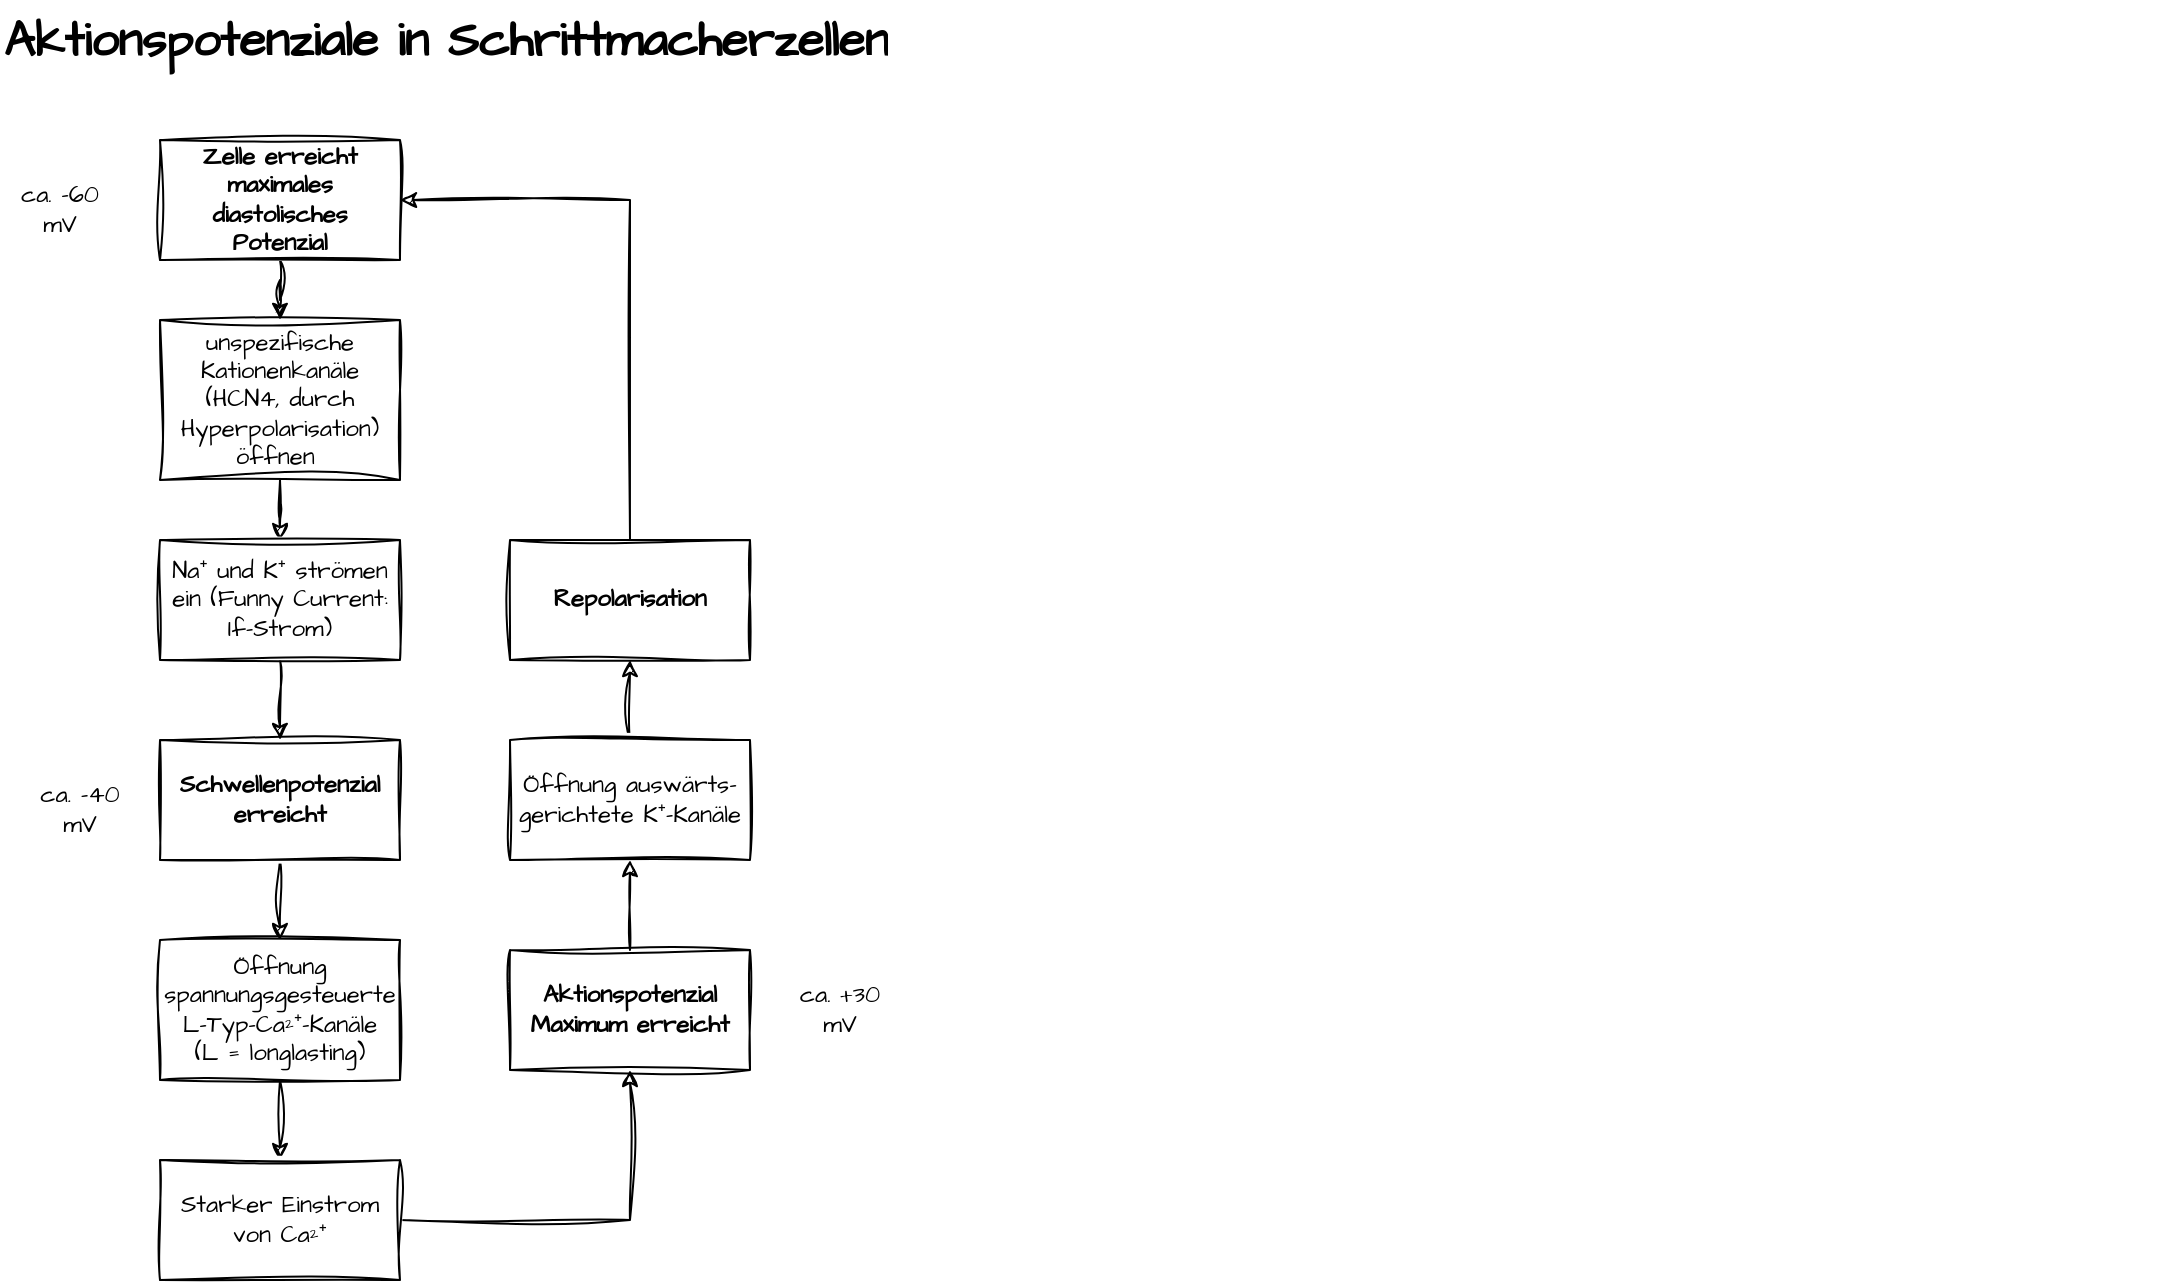
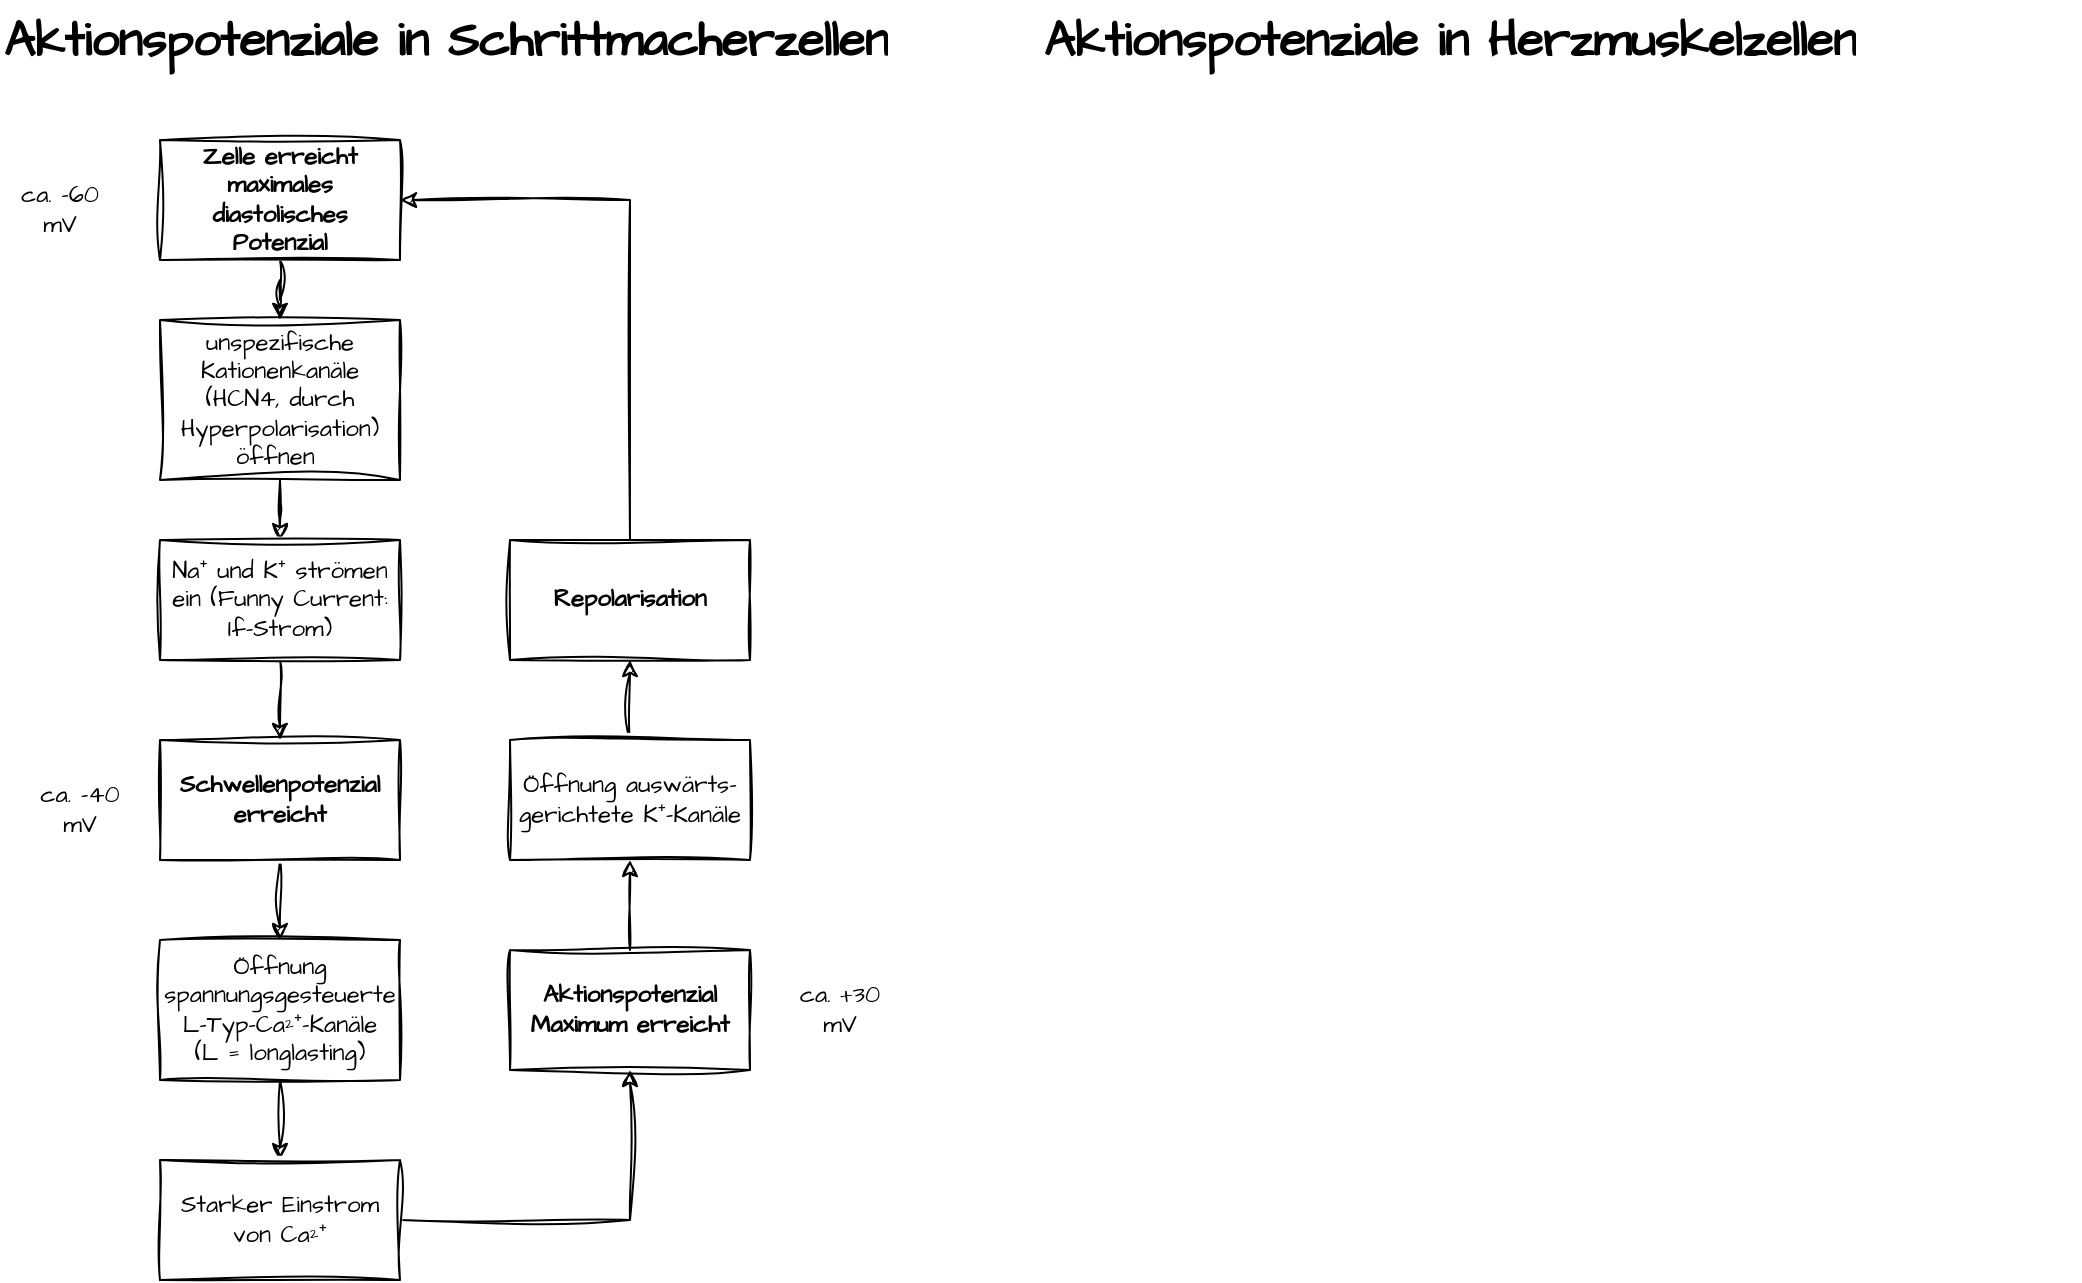
<mxfile host="app.diagrams.net">
  <diagram name="Schrittmacherzellen" id="J2O2VLIk1TTmUUXB8McG">
-     <mxGraphModel dx="972" dy="591" grid="1" gridSize="10" guides="1" tooltips="1" connect="1" arrows="1" fold="1" page="1" pageScale="1" pageWidth="1169" pageHeight="827" math="0" shadow="0">
+     <mxGraphModel dx="1372" dy="834" grid="1" gridSize="10" guides="1" tooltips="1" connect="1" arrows="1" fold="1" page="1" pageScale="1" pageWidth="1169" pageHeight="827" math="0" shadow="0">
      <root>
        <mxCell id="0" />
        <mxCell id="1" parent="0" />
        <mxCell id="u8z77GUm19_cF35wcTu8-1" parent="1" style="text;html=1;whiteSpace=wrap;overflow=hidden;rounded=0;fontFamily=Architects Daughter;fontSource=https%3A%2F%2Ffonts.googleapis.com%2Fcss%3Ffamily%3DArchitects%2BDaughter;" value="&lt;h1 style=&quot;margin-top: 0px;&quot;&gt;Aktionspotenziale in Schrittmacherzellen&lt;/h1&gt;" vertex="1">
-           <mxGeometry height="50" width="1080" x="40" y="40" as="geometry" />
+           <mxGeometry height="50" width="520" x="40" y="40" as="geometry" />
        </mxCell>
        <mxCell id="u8z77GUm19_cF35wcTu8-22" edge="1" parent="1" source="u8z77GUm19_cF35wcTu8-19" style="edgeStyle=orthogonalEdgeStyle;rounded=0;sketch=1;hachureGap=4;jiggle=2;curveFitting=1;orthogonalLoop=1;jettySize=auto;html=1;fontFamily=Architects Daughter;fontSource=https%3A%2F%2Ffonts.googleapis.com%2Fcss%3Ffamily%3DArchitects%2BDaughter;" target="u8z77GUm19_cF35wcTu8-20">
          <mxGeometry relative="1" as="geometry" />
        </mxCell>
        <mxCell id="u8z77GUm19_cF35wcTu8-19" parent="1" style="whiteSpace=wrap;html=1;sketch=1;hachureGap=4;jiggle=2;curveFitting=1;fontFamily=Architects Daughter;fontSource=https%3A%2F%2Ffonts.googleapis.com%2Fcss%3Ffamily%3DArchitects%2BDaughter;fontStyle=1" value="Zelle erreicht maximales diastolisches Potenzial" vertex="1">
          <mxGeometry height="60" width="120" x="120" y="110" as="geometry" />
        </mxCell>
        <mxCell id="u8z77GUm19_cF35wcTu8-23" edge="1" parent="1" source="u8z77GUm19_cF35wcTu8-20" style="edgeStyle=orthogonalEdgeStyle;rounded=0;sketch=1;hachureGap=4;jiggle=2;curveFitting=1;orthogonalLoop=1;jettySize=auto;html=1;fontFamily=Architects Daughter;fontSource=https%3A%2F%2Ffonts.googleapis.com%2Fcss%3Ffamily%3DArchitects%2BDaughter;" target="u8z77GUm19_cF35wcTu8-21">
          <mxGeometry relative="1" as="geometry" />
        </mxCell>
        <mxCell id="u8z77GUm19_cF35wcTu8-20" parent="1" style="whiteSpace=wrap;html=1;sketch=1;hachureGap=4;jiggle=2;curveFitting=1;fontFamily=Architects Daughter;fontSource=https%3A%2F%2Ffonts.googleapis.com%2Fcss%3Ffamily%3DArchitects%2BDaughter;" value="unspezifische Kationenkanäle (HCN4, durch Hyperpolarisation) öffnen&amp;nbsp;" vertex="1">
          <mxGeometry height="80" width="120" x="120" y="200" as="geometry" />
        </mxCell>
        <mxCell id="u8z77GUm19_cF35wcTu8-25" edge="1" parent="1" source="u8z77GUm19_cF35wcTu8-21" style="edgeStyle=orthogonalEdgeStyle;rounded=0;sketch=1;hachureGap=4;jiggle=2;curveFitting=1;orthogonalLoop=1;jettySize=auto;html=1;fontFamily=Architects Daughter;fontSource=https%3A%2F%2Ffonts.googleapis.com%2Fcss%3Ffamily%3DArchitects%2BDaughter;" target="u8z77GUm19_cF35wcTu8-24">
          <mxGeometry relative="1" as="geometry" />
        </mxCell>
        <mxCell id="u8z77GUm19_cF35wcTu8-21" parent="1" style="whiteSpace=wrap;html=1;sketch=1;hachureGap=4;jiggle=2;curveFitting=1;fontFamily=Architects Daughter;fontSource=https%3A%2F%2Ffonts.googleapis.com%2Fcss%3Ffamily%3DArchitects%2BDaughter;" value="Na⁺ und K⁺ strömen ein (Funny Current: If-Strom)" vertex="1">
          <mxGeometry height="60" width="120" x="120" y="310" as="geometry" />
        </mxCell>
        <mxCell id="u8z77GUm19_cF35wcTu8-27" edge="1" parent="1" source="u8z77GUm19_cF35wcTu8-24" style="edgeStyle=orthogonalEdgeStyle;rounded=0;sketch=1;hachureGap=4;jiggle=2;curveFitting=1;orthogonalLoop=1;jettySize=auto;html=1;entryX=0.5;entryY=0;entryDx=0;entryDy=0;fontFamily=Architects Daughter;fontSource=https%3A%2F%2Ffonts.googleapis.com%2Fcss%3Ffamily%3DArchitects%2BDaughter;" target="u8z77GUm19_cF35wcTu8-26">
          <mxGeometry relative="1" as="geometry" />
        </mxCell>
        <mxCell id="u8z77GUm19_cF35wcTu8-24" parent="1" style="whiteSpace=wrap;html=1;sketch=1;hachureGap=4;jiggle=2;curveFitting=1;fontFamily=Architects Daughter;fontSource=https://fonts.googleapis.com/css?family=Architects+Daughter;fontStyle=1" value="Schwellenpotenzial erreicht" vertex="1">
          <mxGeometry height="60" width="120" x="120" y="410" as="geometry" />
        </mxCell>
        <mxCell id="u8z77GUm19_cF35wcTu8-29" edge="1" parent="1" source="u8z77GUm19_cF35wcTu8-26" style="edgeStyle=orthogonalEdgeStyle;rounded=0;sketch=1;hachureGap=4;jiggle=2;curveFitting=1;orthogonalLoop=1;jettySize=auto;html=1;fontFamily=Architects Daughter;fontSource=https%3A%2F%2Ffonts.googleapis.com%2Fcss%3Ffamily%3DArchitects%2BDaughter;" target="u8z77GUm19_cF35wcTu8-28">
          <mxGeometry relative="1" as="geometry" />
        </mxCell>
        <mxCell id="u8z77GUm19_cF35wcTu8-26" parent="1" style="whiteSpace=wrap;html=1;sketch=1;hachureGap=4;jiggle=2;curveFitting=1;fontFamily=Architects Daughter;fontSource=https%3A%2F%2Ffonts.googleapis.com%2Fcss%3Ffamily%3DArchitects%2BDaughter;" value="Öffnung spannungsgesteuerte L-Typ-Ca²⁺-Kanäle&lt;br&gt;(L = longlasting)" vertex="1">
          <mxGeometry height="70" width="120" x="120" y="510" as="geometry" />
        </mxCell>
        <mxCell id="u8z77GUm19_cF35wcTu8-31" edge="1" parent="1" source="u8z77GUm19_cF35wcTu8-28" style="edgeStyle=orthogonalEdgeStyle;rounded=0;sketch=1;hachureGap=4;jiggle=2;curveFitting=1;orthogonalLoop=1;jettySize=auto;html=1;entryX=0.5;entryY=1;entryDx=0;entryDy=0;fontFamily=Architects Daughter;fontSource=https%3A%2F%2Ffonts.googleapis.com%2Fcss%3Ffamily%3DArchitects%2BDaughter;" target="u8z77GUm19_cF35wcTu8-30">
          <mxGeometry relative="1" as="geometry" />
        </mxCell>
        <mxCell id="u8z77GUm19_cF35wcTu8-28" parent="1" style="whiteSpace=wrap;html=1;sketch=1;hachureGap=4;jiggle=2;curveFitting=1;fontFamily=Architects Daughter;fontSource=https%3A%2F%2Ffonts.googleapis.com%2Fcss%3Ffamily%3DArchitects%2BDaughter;" value="Starker Einstrom von Ca²⁺" vertex="1">
          <mxGeometry height="60" width="120" x="120" y="620" as="geometry" />
        </mxCell>
        <mxCell id="u8z77GUm19_cF35wcTu8-33" edge="1" parent="1" source="u8z77GUm19_cF35wcTu8-30" style="edgeStyle=orthogonalEdgeStyle;rounded=0;sketch=1;hachureGap=4;jiggle=2;curveFitting=1;orthogonalLoop=1;jettySize=auto;html=1;fontFamily=Architects Daughter;fontSource=https%3A%2F%2Ffonts.googleapis.com%2Fcss%3Ffamily%3DArchitects%2BDaughter;" target="u8z77GUm19_cF35wcTu8-32">
          <mxGeometry relative="1" as="geometry" />
        </mxCell>
        <mxCell id="u8z77GUm19_cF35wcTu8-30" parent="1" style="whiteSpace=wrap;html=1;sketch=1;hachureGap=4;jiggle=2;curveFitting=1;fontFamily=Architects Daughter;fontSource=https%3A%2F%2Ffonts.googleapis.com%2Fcss%3Ffamily%3DArchitects%2BDaughter;fontStyle=1" value="Aktionspotenzial Maximum erreicht" vertex="1">
          <mxGeometry height="60" width="120" x="295" y="515" as="geometry" />
        </mxCell>
        <mxCell id="u8z77GUm19_cF35wcTu8-35" edge="1" parent="1" source="u8z77GUm19_cF35wcTu8-32" style="edgeStyle=orthogonalEdgeStyle;rounded=0;sketch=1;hachureGap=4;jiggle=2;curveFitting=1;orthogonalLoop=1;jettySize=auto;html=1;fontFamily=Architects Daughter;fontSource=https%3A%2F%2Ffonts.googleapis.com%2Fcss%3Ffamily%3DArchitects%2BDaughter;" target="u8z77GUm19_cF35wcTu8-34">
          <mxGeometry relative="1" as="geometry" />
        </mxCell>
        <mxCell id="u8z77GUm19_cF35wcTu8-32" parent="1" style="whiteSpace=wrap;html=1;sketch=1;hachureGap=4;jiggle=2;curveFitting=1;fontFamily=Architects Daughter;fontSource=https%3A%2F%2Ffonts.googleapis.com%2Fcss%3Ffamily%3DArchitects%2BDaughter;" value="Öffnung auswärts-gerichtete K⁺-Kanäle" vertex="1">
          <mxGeometry height="60" width="120" x="295" y="410" as="geometry" />
        </mxCell>
        <mxCell id="u8z77GUm19_cF35wcTu8-36" edge="1" parent="1" source="u8z77GUm19_cF35wcTu8-34" style="edgeStyle=orthogonalEdgeStyle;rounded=0;sketch=1;hachureGap=4;jiggle=2;curveFitting=1;orthogonalLoop=1;jettySize=auto;html=1;entryX=1;entryY=0.5;entryDx=0;entryDy=0;fontFamily=Architects Daughter;fontSource=https%3A%2F%2Ffonts.googleapis.com%2Fcss%3Ffamily%3DArchitects%2BDaughter;exitX=0.5;exitY=0;exitDx=0;exitDy=0;" target="u8z77GUm19_cF35wcTu8-19">
          <mxGeometry relative="1" as="geometry" />
        </mxCell>
        <mxCell id="u8z77GUm19_cF35wcTu8-34" parent="1" style="whiteSpace=wrap;html=1;sketch=1;hachureGap=4;jiggle=2;curveFitting=1;fontFamily=Architects Daughter;fontSource=https%3A%2F%2Ffonts.googleapis.com%2Fcss%3Ffamily%3DArchitects%2BDaughter;fontStyle=1" value="Repolarisation" vertex="1">
          <mxGeometry height="60" width="120" x="295" y="310" as="geometry" />
        </mxCell>
        <mxCell id="u8z77GUm19_cF35wcTu8-4" parent="1" style="text;html=1;whiteSpace=wrap;strokeColor=none;fillColor=none;align=center;verticalAlign=middle;rounded=0;fontFamily=Architects Daughter;fontSource=https%3A%2F%2Ffonts.googleapis.com%2Fcss%3Ffamily%3DArchitects%2BDaughter;" value="ca. -60 mV" vertex="1">
          <mxGeometry height="30" width="60" x="40" y="130" as="geometry" />
        </mxCell>
        <mxCell id="u8z77GUm19_cF35wcTu8-7" parent="1" style="text;html=1;whiteSpace=wrap;strokeColor=none;fillColor=none;align=center;verticalAlign=middle;rounded=0;fontFamily=Architects Daughter;fontSource=https://fonts.googleapis.com/css?family=Architects+Daughter;" value="ca. -40 mV" vertex="1">
          <mxGeometry height="30" width="60" x="50" y="430" as="geometry" />
        </mxCell>
        <mxCell id="u8z77GUm19_cF35wcTu8-9" parent="1" style="text;html=1;whiteSpace=wrap;strokeColor=none;fillColor=none;align=center;verticalAlign=middle;rounded=0;fontFamily=Architects Daughter;fontSource=https://fonts.googleapis.com/css?family=Architects+Daughter;" value="ca. +30 mV" vertex="1">
          <mxGeometry height="30" width="60" x="430" y="530" as="geometry" />
        </mxCell>
+         <mxCell id="u8z77GUm19_cF35wcTu8-37" parent="1" style="text;html=1;whiteSpace=wrap;overflow=hidden;rounded=0;fontFamily=Architects Daughter;fontSource=https://fonts.googleapis.com/css?family=Architects+Daughter;" value="&lt;h1 style=&quot;margin-top: 0px;&quot;&gt;Aktionspotenziale in Herzmuskelzellen&lt;/h1&gt;" vertex="1">
+           <mxGeometry height="50" width="520" x="560" y="40" as="geometry" />
+         </mxCell>
      </root>
    </mxGraphModel>
  </diagram>
</mxfile>
